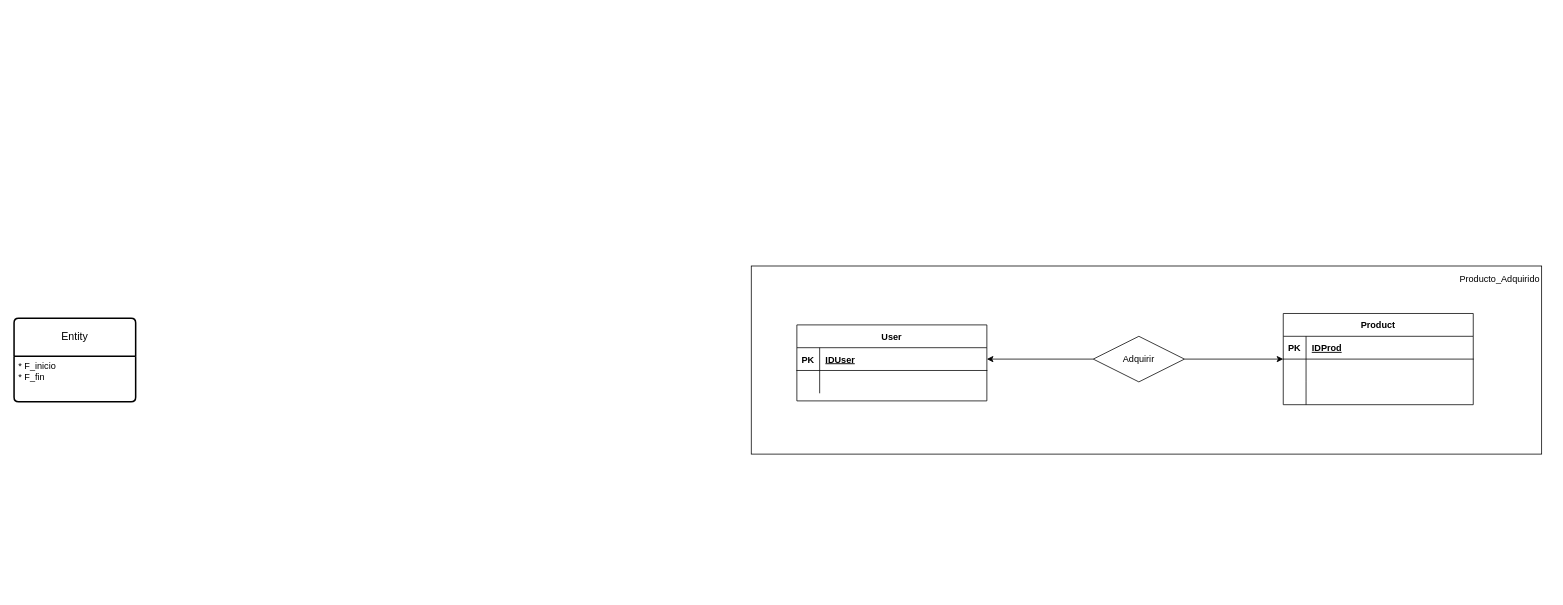
The draw.io diagram Descuentos_Cupones.drawio in frankperez-github/data-bases-diagrams, before the edit. Source tidied: cells renumbered, new cells numbered last; positions are measured from the earlier drawing's top-left corner, leaving out a move shared by most shapes. Both pictures are drawn from the tidied source at 76%, with x=0, y=0 at pixel (14, 265).
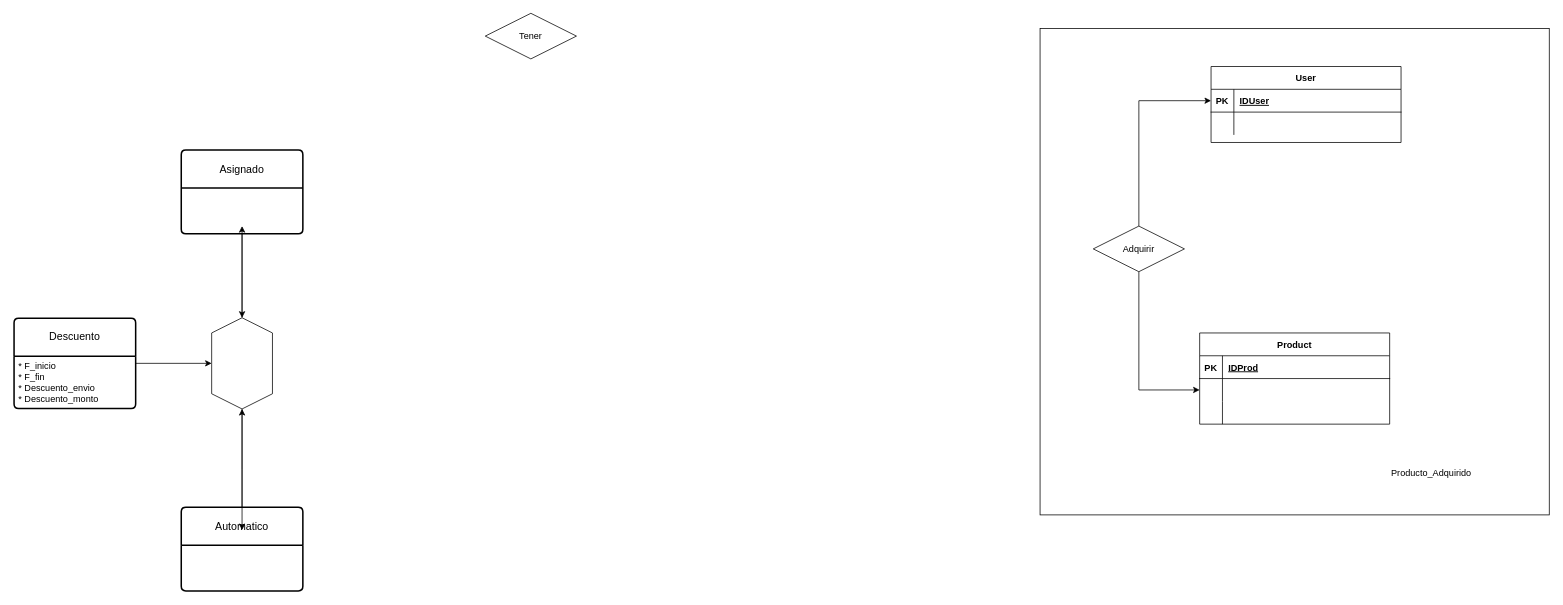
The same diagram, later.

Unchanged cells that the change refers to:
```xml
<mxCell id="6" style="shape=partialRectangle;fillColor=none;points=[[0,0.5],[1,0.5]];portConstraint=eastwest;top=0;left=0;right=0;bottom=0;" parent="2" vertex="1">
  <mxGeometry y="60" width="250" height="30" as="geometry" />
</mxCell>
```

What changed in the source:
```diff
@@
     <mxCell id="2" value="Product" style="shape=table;startSize=30;childLayout=tableLayout;rowLines=0;fontStyle=1;align=center;" parent="1" vertex="1">
-      <mxGeometry x="1670" y="63" width="250" height="120" as="geometry" />
+      <mxGeometry x="1560" y="88.6" width="250" height="120" as="geometry" />
     </mxCell>
@@
     <mxCell id="12" value="User" style="shape=table;startSize=30;childLayout=tableLayout;rowLines=0;fontStyle=1;align=center;" parent="1" vertex="1">
-      <mxGeometry x="1030" y="78" width="250" height="100" as="geometry" />
+      <mxGeometry x="1575" y="-262" width="250" height="100" as="geometry" />
     </mxCell>
@@
-    <mxCell id="19" style="edgeStyle=orthogonalEdgeStyle;rounded=0;jettySize=auto;html=1;exitX=1;exitY=0.5;exitDx=0;exitDy=0;" parent="1" edge="1" source="21" target="2">
-      <mxGeometry relative="1" as="geometry" />
-    </mxCell>
@@
+    <mxCell id="26" style="edgeStyle=orthogonalEdgeStyle;rounded=0;jettySize=auto;html=1;" parent="1" edge="1" source="21" target="6">
+      <mxGeometry relative="1" as="geometry" />
+    </mxCell>
     <mxCell id="21" value="Adquirir" style="shape=rhombus;perimeter=rhombusPerimeter;whiteSpace=wrap;html=1;align=center;" parent="1" vertex="1">
-      <mxGeometry x="1420" y="93" width="120" height="60" as="geometry" />
+      <mxGeometry x="1420" y="-52" width="120" height="60" as="geometry" />
     </mxCell>
     <mxCell id="22" value="Producto_Adquirido" style="text;html=1;align=center;verticalAlign=middle;whiteSpace=wrap;rounded=0;" parent="1" vertex="1">
-      <mxGeometry x="1900" y="3" width="110" height="30" as="geometry" />
+      <mxGeometry x="1810" y="258" width="110" height="30" as="geometry" />
     </mxCell>
     <mxCell id="23" style="rounded=0;whiteSpace=wrap;html=1;fillColor=none;" parent="1" vertex="1">
-      <mxGeometry x="970" y="0.5" width="1040" height="247.5" as="geometry" />
+      <mxGeometry x="1350" y="-312" width="670" height="640" as="geometry" />
     </mxCell>
+    <mxCell id="27" style="edgeStyle=orthogonalEdgeStyle;rounded=0;jettySize=auto;html=1;" parent="1" edge="1" source="24" target="34">
+      <mxGeometry relative="1" as="geometry" />
+    </mxCell>
-    <mxCell id="24" value="Entity" style="swimlane;horizontal=1;startSize=50;rounded=1;fontSize=14;fontStyle=0;strokeWidth=2;shadow=0;dashed=0;align=center;arcSize=4;whiteSpace=wrap;html=1;" parent="1" vertex="1">
-      <mxGeometry y="69.2" width="160" height="110" as="geometry" />
+    <mxCell id="24" value="Descuento" style="swimlane;horizontal=1;startSize=50;rounded=1;fontSize=14;fontStyle=0;strokeWidth=2;shadow=0;dashed=0;align=center;arcSize=4;whiteSpace=wrap;html=1;" parent="1" vertex="1">
+      <mxGeometry y="69.2" width="160" height="118.8" as="geometry" />
     </mxCell>
-    <mxCell id="25" value="* F_inicio&lt;div&gt;* F_fin&lt;/div&gt;" style="align=left;strokeColor=none;fillColor=none;spacingLeft=4;fontSize=12;verticalAlign=top;html=1;" parent="24" vertex="1">
-      <mxGeometry y="50" width="160" height="60" as="geometry" />
+    <mxCell id="25" value="* F_inicio&lt;div&gt;* F_fin&lt;/div&gt;&lt;div&gt;&lt;div&gt;* Descuento_envio&lt;/div&gt;&lt;div&gt;* Descuento_monto&lt;/div&gt;&lt;/div&gt;" style="align=left;strokeColor=none;fillColor=none;spacingLeft=4;fontSize=12;verticalAlign=top;html=1;" parent="24" vertex="1">
+      <mxGeometry y="50" width="160" height="68.8" as="geometry" />
     </mxCell>
+    <mxCell id="28" style="edgeStyle=orthogonalEdgeStyle;rounded=0;jettySize=auto;html=1;" parent="1" edge="1" source="29" target="34">
+      <mxGeometry relative="1" as="geometry" />
+    </mxCell>
+    <mxCell id="29" value="Asignado" style="swimlane;horizontal=1;startSize=50;rounded=1;fontSize=14;fontStyle=0;strokeWidth=2;shadow=0;dashed=0;align=center;arcSize=4;whiteSpace=wrap;html=1;" parent="1" vertex="1">
+      <mxGeometry x="220" y="-152" width="160" height="110" as="geometry" />
+    </mxCell>
+    <mxCell id="30" style="edgeStyle=orthogonalEdgeStyle;rounded=0;jettySize=auto;html=1;" parent="1" edge="1" source="31" target="34">
+      <mxGeometry relative="1" as="geometry" />
+    </mxCell>
+    <mxCell id="31" value="Automatico" style="swimlane;horizontal=1;startSize=50;rounded=1;fontSize=14;fontStyle=0;strokeWidth=2;shadow=0;dashed=0;align=center;arcSize=4;whiteSpace=wrap;html=1;" parent="1" vertex="1">
+      <mxGeometry x="220" y="318" width="160" height="110" as="geometry" />
+    </mxCell>
+    <mxCell id="32" style="edgeStyle=orthogonalEdgeStyle;rounded=0;jettySize=auto;html=1;" parent="1" edge="1" source="34">
+      <mxGeometry relative="1" as="geometry">
+        <mxPoint x="300" y="348" as="targetPoint" />
+      </mxGeometry>
+    </mxCell>
+    <mxCell id="33" style="edgeStyle=orthogonalEdgeStyle;rounded=0;jettySize=auto;html=1;" parent="1" edge="1" source="34">
+      <mxGeometry relative="1" as="geometry">
+        <mxPoint x="300" y="-52" as="targetPoint" />
+      </mxGeometry>
+    </mxCell>
+    <mxCell id="34" style="shape=hexagon;perimeter=hexagonPerimeter2;whiteSpace=wrap;html=1;fixedSize=1;rotation=-90;" parent="1" vertex="1">
+      <mxGeometry x="240" y="88.6" width="120" height="80" as="geometry" />
+    </mxCell>
+    <mxCell id="35" value="Tener" style="shape=rhombus;perimeter=rhombusPerimeter;whiteSpace=wrap;html=1;align=center;" parent="1" vertex="1">
+      <mxGeometry x="620" y="-332" width="120" height="60" as="geometry" />
+    </mxCell>
```
